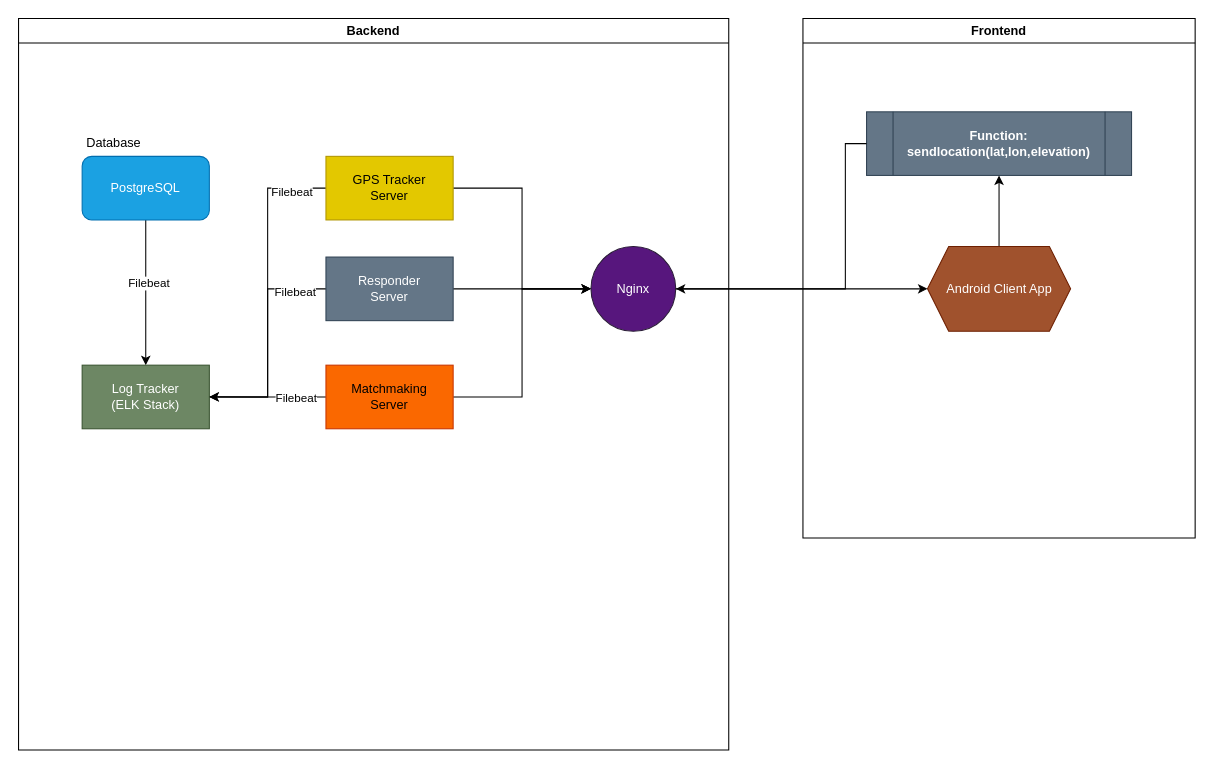
This is page "Schema" (1 of 4) of Schematic.drawio from BatuAtlas/Find-My-Clone, a draw.io file, before an edit. Source tidied: cells renumbered, new cells numbered last; positions are measured from the earlier drawing's top-left corner, leaving out a move shared by most shapes. Both pictures are drawn from the tidied source at 106%, with x=0, y=0 at pixel (18, 18).
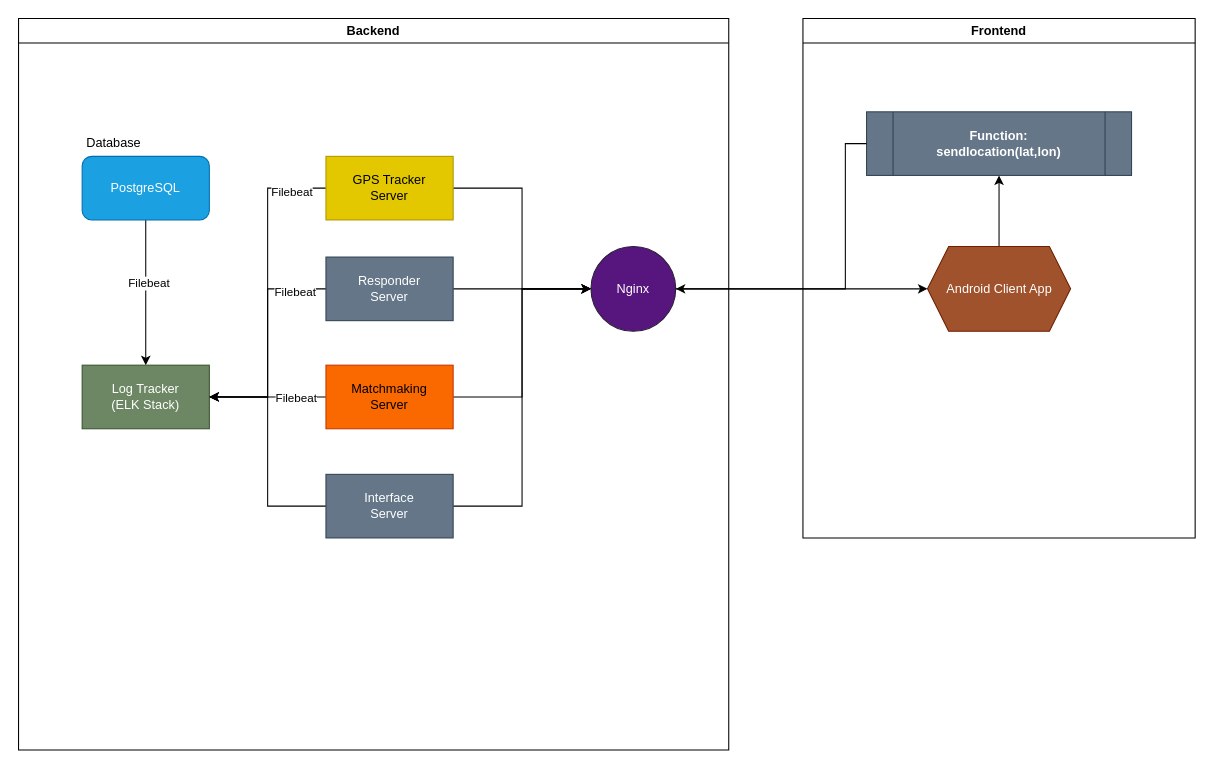
The same diagram, later.

Commit message (it also covers changes not shown here):
Added friends location endpoint to responder server

The change refers to these unchanged cells:
```xml
<mxCell id="2" value="Backend" style="swimlane;whiteSpace=wrap;html=1;" parent="1" vertex="1">
  <mxGeometry width="670" height="690" as="geometry" />
</mxCell>
<mxCell id="15" value="Log Tracker&lt;div&gt;(ELK Stack)&lt;/div&gt;" style="rounded=0;whiteSpace=wrap;html=1;fillColor=#6d8764;strokeColor=#3A5431;fontColor=#ffffff;" parent="2" vertex="1">
  <mxGeometry x="60" y="327" width="120" height="60" as="geometry" />
</mxCell>
<mxCell id="16" value="Nginx" style="ellipse;whiteSpace=wrap;html=1;fillColor=#57167D;fontColor=#ffffff;strokeColor=#291C36;" parent="2" vertex="1">
  <mxGeometry x="540" y="215" width="80" height="80" as="geometry" />
</mxCell>
<mxCell id="21" value="Frontend" style="swimlane;whiteSpace=wrap;html=1;" parent="1" vertex="1">
  <mxGeometry x="740" width="370" height="490" as="geometry" />
</mxCell>
```

The edit, as a diff of the source:
```diff
@@
+    <mxCell id="27" style="edgeStyle=orthogonalEdgeStyle;rounded=0;jettySize=auto;html=1;exitX=0;exitY=0.5;exitDx=0;exitDy=0;entryX=1;entryY=0.5;entryDx=0;entryDy=0;" parent="2" edge="1" source="29" target="15">
+      <mxGeometry relative="1" as="geometry" />
+    </mxCell>
+    <mxCell id="28" style="edgeStyle=orthogonalEdgeStyle;rounded=0;jettySize=auto;html=1;exitX=1;exitY=0.5;exitDx=0;exitDy=0;entryX=0;entryY=0.5;entryDx=0;entryDy=0;" parent="2" edge="1" source="29" target="16">
+      <mxGeometry relative="1" as="geometry" />
+    </mxCell>
+    <mxCell id="29" value="Interface&lt;br&gt;Server" style="rounded=0;whiteSpace=wrap;html=1;align=center;fillColor=#647687;fontColor=#ffffff;strokeColor=#314354;" parent="2" vertex="1">
+      <mxGeometry x="290" y="430" width="120" height="60" as="geometry" />
+    </mxCell>
@@
-    <mxCell id="22" value="Function:&lt;br&gt;sendlocation(lat,lon,elevation&lt;span style=&quot;background-color: initial;&quot;&gt;)&lt;/span&gt;" style="shape=process;whiteSpace=wrap;html=1;backgroundOutline=1;fillColor=#647687;fontColor=#ffffff;strokeColor=#314354;fontStyle=1;" parent="21" vertex="1">
+    <mxCell id="22" value="Function:&lt;br&gt;sendlocation(lat,lon&lt;span style=&quot;background-color: initial;&quot;&gt;)&lt;/span&gt;" style="shape=process;whiteSpace=wrap;html=1;backgroundOutline=1;fillColor=#647687;fontColor=#ffffff;strokeColor=#314354;fontStyle=1;" parent="21" vertex="1">
       <mxGeometry x="60" y="88" width="250" height="60" as="geometry" />
     </mxCell>
```
